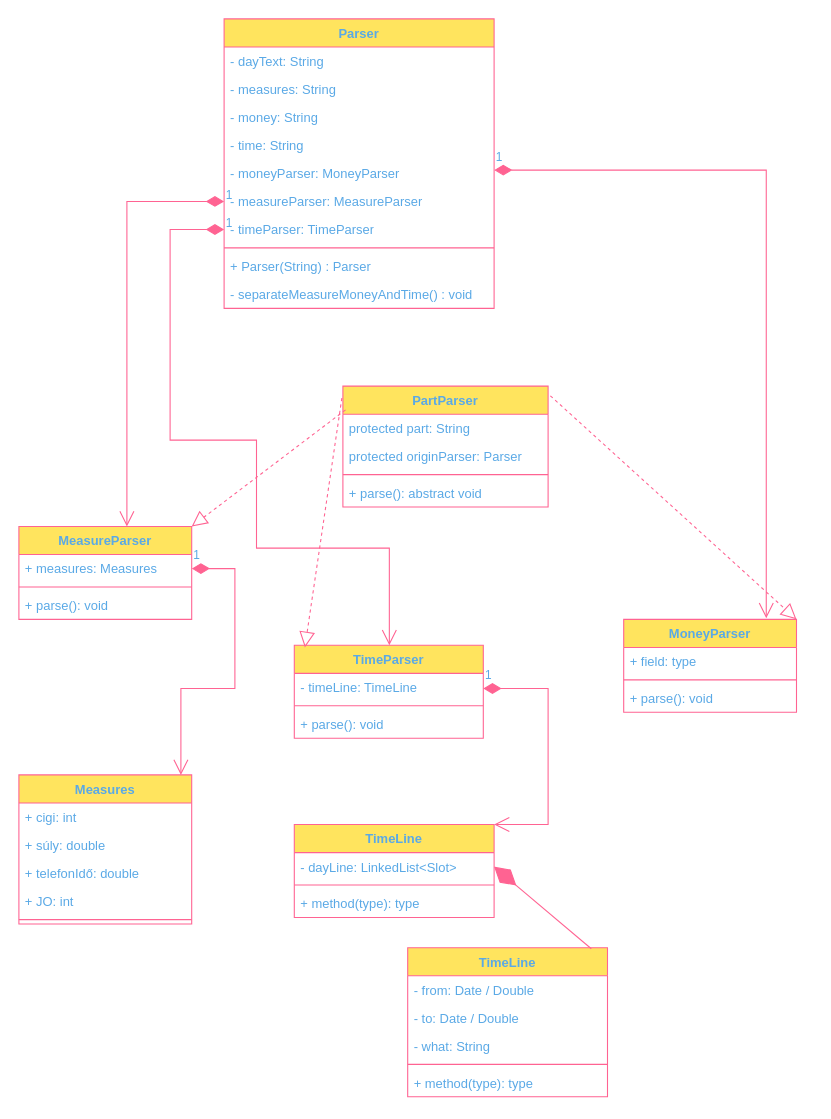
This is page "ParserPackage" (2 of 2) of ClassD_Java_Excel_Integration.drawio from gabrisattila/DayAdministrator, a draw.io file, before an edit. Source tidied: cells renumbered, new cells numbered last; positions are measured from the earlier drawing's top-left corner, leaving out a move shared by most shapes. Both pictures are drawn from the tidied source at 108%, with x=0, y=0 at pixel (18, 18).
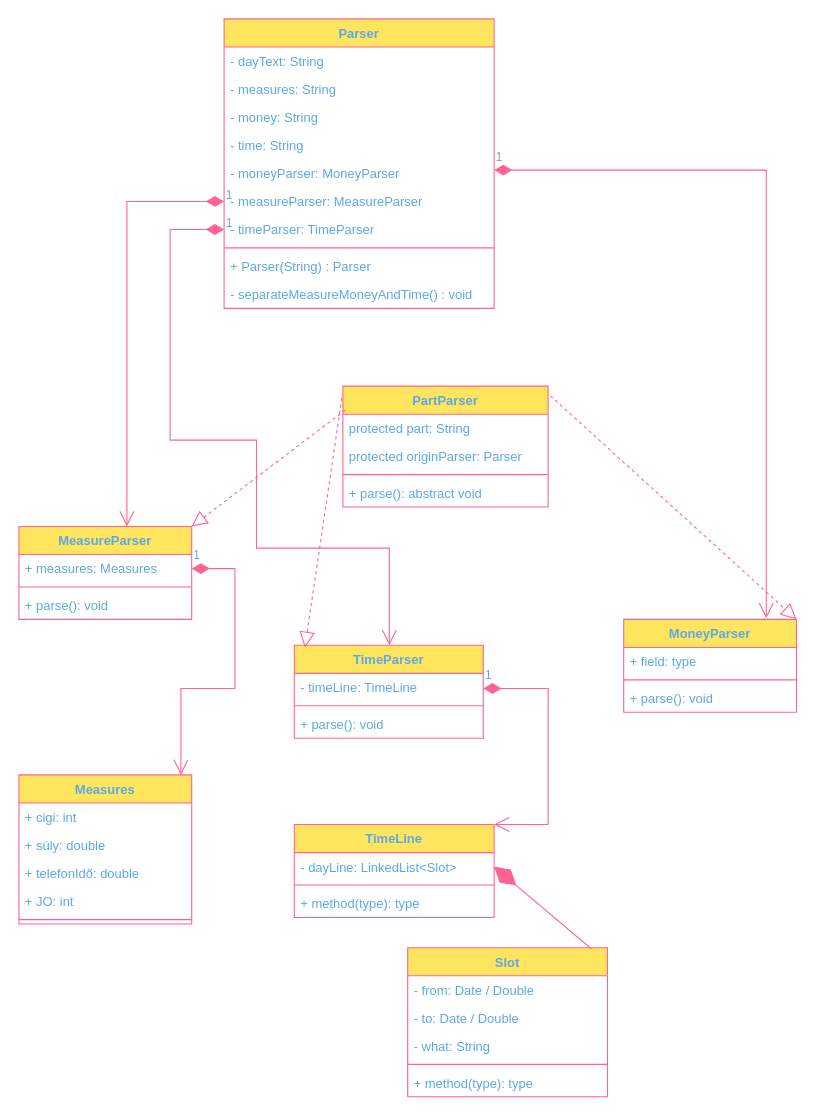
After the change.

Diff of the diagram source:
```diff
@@
-    <mxCell id="47" value="TimeLine" style="swimlane;fontStyle=1;align=center;verticalAlign=top;horizontal=1;startSize=26;strokeColor=#FF6392;fontColor=#5AA9E6;fillColor=#FFE45E;" parent="1" vertex="1">
+    <mxCell id="47" value="Slot" style="swimlane;fontStyle=1;align=center;verticalAlign=top;horizontal=1;startSize=26;strokeColor=#FF6392;fontColor=#5AA9E6;fillColor=#FFE45E;" parent="1" vertex="1">
       <mxGeometry x="360" y="860" width="185" height="138" as="geometry" />
     </mxCell>
```
